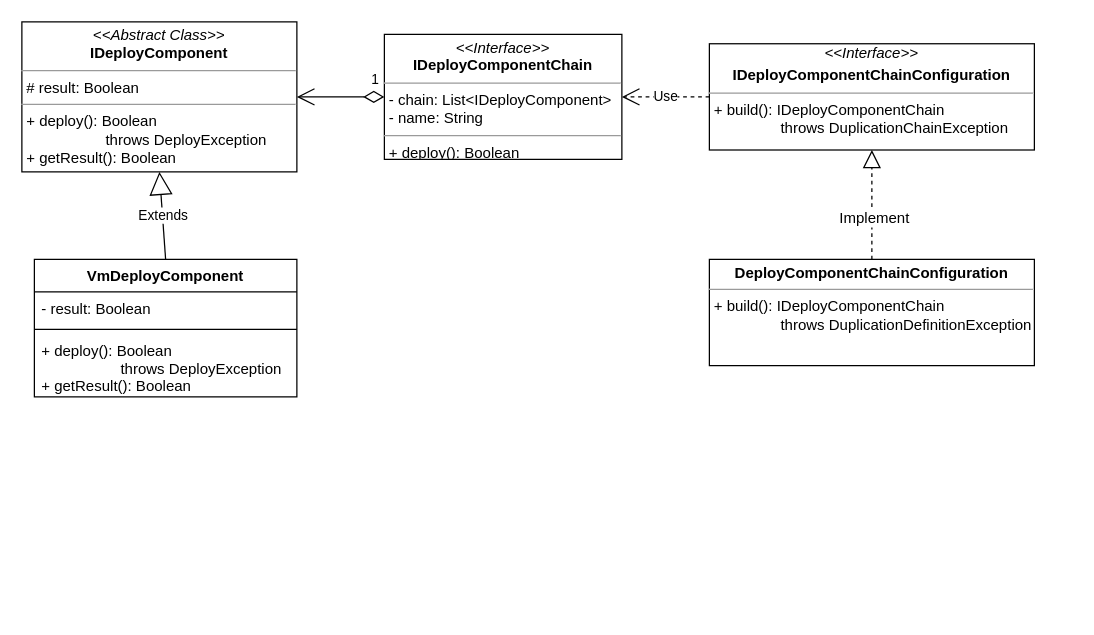
The draw.io diagram SAAS自动部署.drawio in iceAcmen/myDesign, before the edit. Source tidied: cells renumbered, new cells numbered last; positions are measured from the earlier drawing's top-left corner, leaving out a move shared by most shapes. Both pictures are drawn from the tidied source at 125%, with x=0, y=0 at pixel (21, 21).
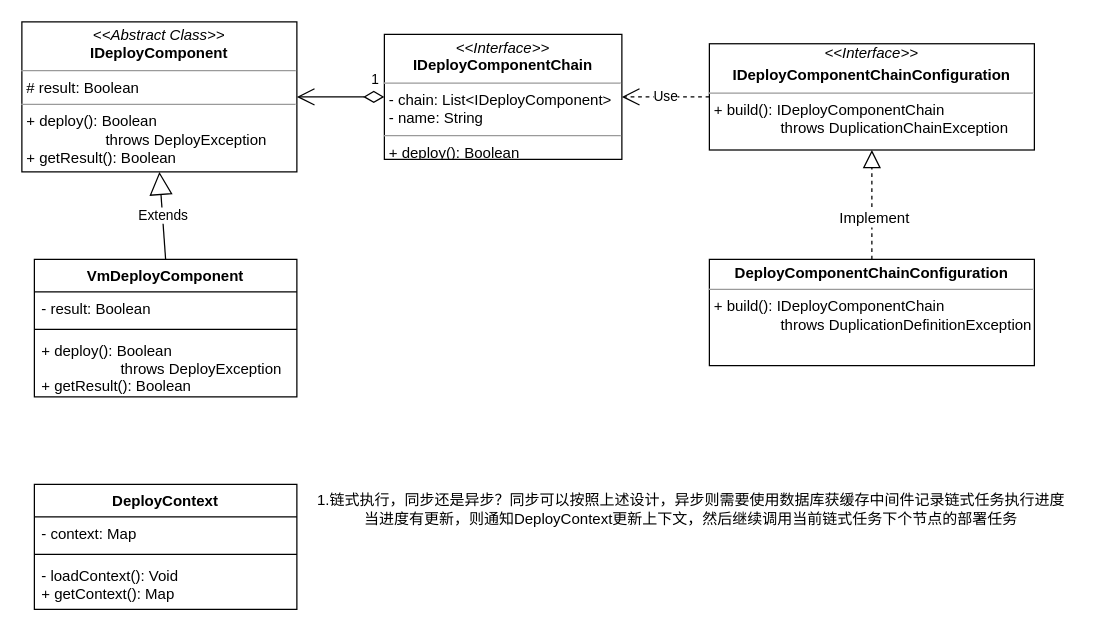
The same diagram, later.

Commit message (it also covers changes not shown here):
更新SAAS自动部署.drawio

Diff of the diagram source:
```diff
@@
 <mxGraphModel>
   <root>
     <mxCell id="0" />
     <mxCell id="1" parent="0" />
     <mxCell id="2" value="&lt;p style=&quot;margin: 0px ; margin-top: 4px ; text-align: center&quot;&gt;&lt;i&gt;&amp;lt;&amp;lt;Abstract Class&amp;gt;&amp;gt;&lt;/i&gt;&lt;br&gt;&lt;b&gt;IDeployComponent&lt;/b&gt;&lt;br&gt;&lt;/p&gt;&lt;hr size=&quot;1&quot;&gt;&lt;p style=&quot;margin: 0px ; margin-left: 4px&quot;&gt;# result: Boolean&lt;br&gt;&lt;/p&gt;&lt;hr size=&quot;1&quot;&gt;&lt;p style=&quot;margin: 0px ; margin-left: 4px&quot;&gt;+ deploy(): Boolean&lt;/p&gt;&lt;p style=&quot;margin: 0px ; margin-left: 4px&quot;&gt;&amp;nbsp; &amp;nbsp; &amp;nbsp; &amp;nbsp; &amp;nbsp; &amp;nbsp; &amp;nbsp; &amp;nbsp; &amp;nbsp; &amp;nbsp;throws DeployException&lt;/p&gt;&lt;p style=&quot;margin: 0px ; margin-left: 4px&quot;&gt;+ getResult(): Boolean&lt;/p&gt;" style="verticalAlign=top;align=left;overflow=fill;fontSize=12;fontFamily=Helvetica;html=1;" parent="1" vertex="1">
       <mxGeometry width="220" height="120" as="geometry" />
     </mxCell>
     <mxCell id="3" value="&lt;p style=&quot;margin: 0px ; margin-top: 4px ; text-align: center&quot;&gt;&lt;i&gt;&amp;lt;&amp;lt;Interface&amp;gt;&amp;gt;&lt;/i&gt;&lt;br&gt;&lt;b&gt;IDeployComponentChain&lt;/b&gt;&lt;br&gt;&lt;/p&gt;&lt;hr size=&quot;1&quot;&gt;&lt;p style=&quot;margin: 0px ; margin-left: 4px&quot;&gt;- chain: List&amp;lt;IDeployComponent&amp;gt;&lt;br&gt;&lt;/p&gt;&lt;p style=&quot;margin: 0px ; margin-left: 4px&quot;&gt;- name: String&lt;/p&gt;&lt;hr size=&quot;1&quot;&gt;&lt;p style=&quot;margin: 0px ; margin-left: 4px&quot;&gt;+ deploy(): Boolean&lt;/p&gt;&lt;p style=&quot;margin: 0px ; margin-left: 4px&quot;&gt;&lt;br&gt;&lt;/p&gt;" style="verticalAlign=top;align=left;overflow=fill;fontSize=12;fontFamily=Helvetica;html=1;" parent="1" vertex="1">
       <mxGeometry x="290" y="10" width="190" height="100" as="geometry" />
     </mxCell>
     <mxCell id="4" value="VmDeployComponent" style="swimlane;fontStyle=1;align=center;verticalAlign=top;horizontal=1;startSize=26;fontColor=#000000;" parent="1" vertex="1">
       <mxGeometry x="10" y="190" width="210" height="110" as="geometry" />
     </mxCell>
     <mxCell id="5" value="- result: Boolean" style="text;strokeColor=none;fillColor=none;align=left;verticalAlign=top;spacingLeft=4;spacingRight=4;overflow=hidden;" parent="4" vertex="1">
       <mxGeometry y="26" width="210" height="26" as="geometry" />
     </mxCell>
     <mxCell id="6" style="line;strokeWidth=1;fillColor=none;align=left;verticalAlign=middle;spacingTop=-1;spacingLeft=3;spacingRight=3;labelPosition=right;" parent="4" vertex="1">
       <mxGeometry y="52" width="210" height="8" as="geometry" />
     </mxCell>
     <mxCell id="7" value="+ deploy(): Boolean&#10;                   throws DeployException&#10;+ getResult(): Boolean" style="text;strokeColor=none;fillColor=none;align=left;verticalAlign=top;spacingLeft=4;spacingRight=4;overflow=hidden;" parent="4" vertex="1">
       <mxGeometry y="60" width="210" height="50" as="geometry" />
     </mxCell>
     <mxCell id="8" value="Extends" style="endArrow=block;endSize=16;endFill=0;html=1;fontColor=#000000;exitX=0.5;exitY=0;exitDx=0;exitDy=0;entryX=0.5;entryY=1;entryDx=0;entryDy=0;" parent="1" edge="1" source="4" target="2">
       <mxGeometry relative="1" as="geometry" />
     </mxCell>
     <mxCell id="9" value="1" style="endArrow=open;html=1;endSize=12;startArrow=diamondThin;startSize=14;startFill=0;edgeStyle=orthogonalEdgeStyle;align=left;verticalAlign=bottom;fontColor=#000000;entryX=1;entryY=0.5;entryDx=0;entryDy=0;exitX=0;exitY=0.5;exitDx=0;exitDy=0;" parent="1" edge="1" source="3" target="2">
       <mxGeometry x="-0.67" y="-5" relative="1" as="geometry" />
     </mxCell>
     <mxCell id="10" value="&lt;div style=&quot;text-align: center&quot;&gt;&lt;i&gt;&amp;lt;&amp;lt;Interface&amp;gt;&amp;gt;&lt;/i&gt;&lt;/div&gt;&lt;p style=&quot;margin: 0px ; margin-top: 4px ; text-align: center&quot;&gt;&lt;b&gt;IDeployComponentChainConfiguration&lt;/b&gt;&lt;br&gt;&lt;/p&gt;&lt;hr size=&quot;1&quot;&gt;&lt;p style=&quot;margin: 0px ; margin-left: 4px&quot;&gt;&lt;/p&gt;&lt;p style=&quot;margin: 0px ; margin-left: 4px&quot;&gt;+ build(): IDeployComponentChain&lt;/p&gt;&lt;p style=&quot;margin: 0px ; margin-left: 4px&quot;&gt;&amp;nbsp; &amp;nbsp; &amp;nbsp; &amp;nbsp; &amp;nbsp; &amp;nbsp; &amp;nbsp; &amp;nbsp; throws DuplicationChainException&lt;/p&gt;&lt;p style=&quot;margin: 0px ; margin-left: 4px&quot;&gt;&lt;br&gt;&lt;/p&gt;" style="verticalAlign=top;align=left;overflow=fill;fontSize=12;fontFamily=Helvetica;html=1;" parent="1" vertex="1">
       <mxGeometry x="550" y="17.5" width="260" height="85" as="geometry" />
     </mxCell>
     <mxCell id="11" value="&lt;p style=&quot;margin: 0px ; margin-top: 4px ; text-align: center&quot;&gt;&lt;b&gt;DeployComponentChainConfiguration&lt;/b&gt;&lt;br&gt;&lt;/p&gt;&lt;hr size=&quot;1&quot;&gt;&lt;p style=&quot;margin: 0px ; margin-left: 4px&quot;&gt;&lt;/p&gt;&lt;p style=&quot;margin: 0px ; margin-left: 4px&quot;&gt;+ build(): IDeployComponentChain&lt;/p&gt;&lt;p style=&quot;margin: 0px ; margin-left: 4px&quot;&gt;&amp;nbsp; &amp;nbsp; &amp;nbsp; &amp;nbsp; &amp;nbsp; &amp;nbsp; &amp;nbsp; &amp;nbsp; throws DuplicationDefinitionException&lt;/p&gt;&lt;p style=&quot;margin: 0px ; margin-left: 4px&quot;&gt;&lt;br&gt;&lt;/p&gt;" style="verticalAlign=top;align=left;overflow=fill;fontSize=12;fontFamily=Helvetica;html=1;" parent="1" vertex="1">
       <mxGeometry x="550" y="190" width="260" height="85" as="geometry" />
     </mxCell>
     <mxCell id="12" style="endArrow=block;dashed=1;endFill=0;endSize=12;html=1;fontColor=#000000;entryX=0.5;entryY=1;entryDx=0;entryDy=0;exitX=0.5;exitY=0;exitDx=0;exitDy=0;" parent="1" edge="1" source="11" target="10">
       <mxGeometry relative="1" as="geometry" />
     </mxCell>
     <mxCell id="13" value="Implement" style="text;html=1;align=center;verticalAlign=middle;labelBackgroundColor=#ffffff;fontColor=#000000;" parent="12" vertex="1">
       <mxGeometry x="-0.22" y="-1" relative="1" as="geometry" />
     </mxCell>
     <mxCell id="14" value="Use" style="endArrow=open;endSize=12;dashed=1;html=1;fontColor=#000000;entryX=1;entryY=0.5;entryDx=0;entryDy=0;exitX=0;exitY=0.5;exitDx=0;exitDy=0;" parent="1" edge="1" source="10" target="3">
       <mxGeometry relative="1" as="geometry" />
     </mxCell>
+    <mxCell id="15" value="1.链式执行，同步还是异步？同步可以按照上述设计，异步则需要使用数据库获缓存中间件记录链式任务执行进度&lt;br&gt;当进度有更新，则通知DeployContext更新上下文，然后继续调用当前链式任务下个节点的部署任务" style="text;html=1;align=center;verticalAlign=middle;fontColor=#000000;" parent="1" vertex="1">
+      <mxGeometry x="230" y="375" width="610" height="30" as="geometry" />
+    </mxCell>
+    <mxCell id="16" value="DeployContext" style="swimlane;fontStyle=1;align=center;verticalAlign=top;horizontal=1;startSize=26;fontColor=#000000;" parent="1" vertex="1">
+      <mxGeometry x="10" y="370" width="210" height="100" as="geometry" />
+    </mxCell>
+    <mxCell id="17" value="- context: Map" style="text;strokeColor=none;fillColor=none;align=left;verticalAlign=top;spacingLeft=4;spacingRight=4;overflow=hidden;" parent="16" vertex="1">
+      <mxGeometry y="26" width="210" height="26" as="geometry" />
+    </mxCell>
+    <mxCell id="18" style="line;strokeWidth=1;fillColor=none;align=left;verticalAlign=middle;spacingTop=-1;spacingLeft=3;spacingRight=3;labelPosition=right;" parent="16" vertex="1">
+      <mxGeometry y="52" width="210" height="8" as="geometry" />
+    </mxCell>
+    <mxCell id="19" value="- loadContext(): Void&#10;+ getContext(): Map" style="text;strokeColor=none;fillColor=none;align=left;verticalAlign=top;spacingLeft=4;spacingRight=4;overflow=hidden;" parent="16" vertex="1">
+      <mxGeometry y="60" width="210" height="40" as="geometry" />
+    </mxCell>
   </root>
 </mxGraphModel>
```
